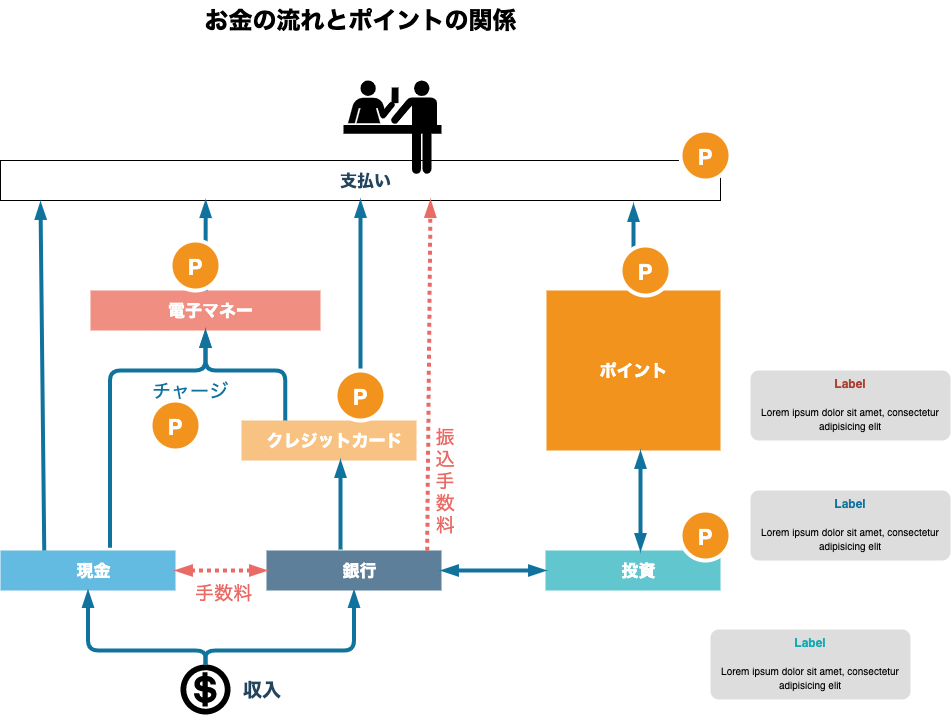
Before: content/Point Flow.png, a diagram exported from draw.io (mak00s/yellowcake). Source tidied: cells renumbered, new cells last; positions are measured from the earlier drawing's top-left corner, leaving out a move shared by most shapes.
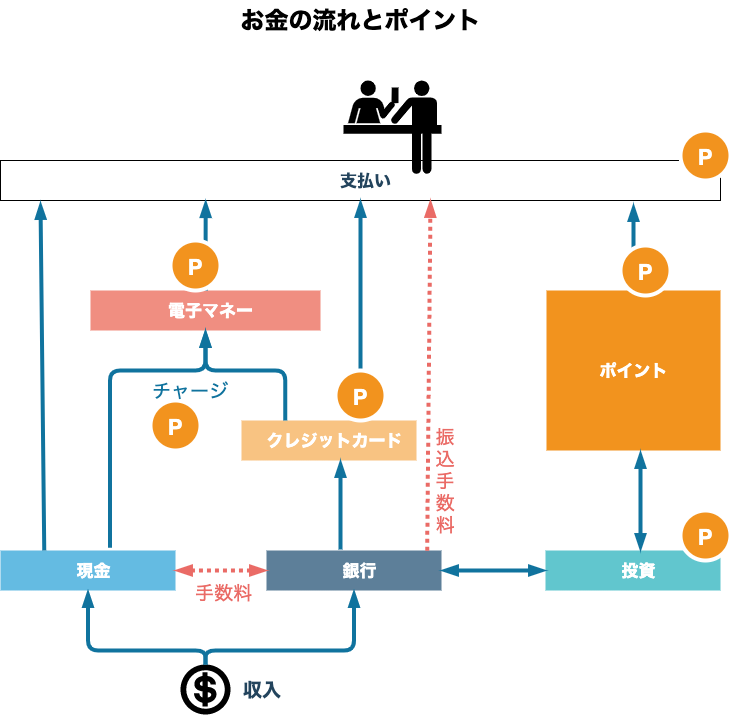
The same file after the commit.

Diff of the diagram source:
```diff
@@ -2,7 +2,7 @@
   <root>
     <mxCell id="0" />
     <mxCell id="1" parent="0" />
-    <mxCell id="2" value="お金の流れとポイントの関係" style="text;strokeColor=none;fillColor=none;html=1;fontSize=24;fontStyle=1;verticalAlign=middle;align=center;" parent="1" vertex="1">
+    <mxCell id="2" value="お金の流れとポイント" style="text;strokeColor=none;fillColor=none;html=1;fontSize=24;fontStyle=1;verticalAlign=middle;align=center;" parent="1" vertex="1">
       <mxGeometry width="720" height="40" as="geometry" />
     </mxCell>
     <mxCell id="3" value="現金" style="shape=mxgraph.infographic.ribbonSimple;notch1=0;notch2=0;notch=0;html=1;fillColor=#64BBE2;strokeColor=none;shadow=0;fontSize=17;fontColor=#FFFFFF;align=center;spacingLeft=10;fontStyle=1;" parent="1" vertex="1">
@@ -32,15 +32,6 @@
     <mxCell id="11" style="endArrow=blockThin;startArrow=blockThin;html=1;fontSize=19;fontColor=#FFFFFF;strokeColor=#10739E;strokeWidth=4;startFill=1;endFill=1;entryX=0;entryY=0;entryDx=0;entryDy=20;entryPerimeter=0;exitX=1;exitY=0.5;exitDx=0;exitDy=0;exitPerimeter=0;targetPerimeterSpacing=0;endSize=7;startSize=7;jumpSize=7;" parent="1" edge="1" source="7" target="8">
       <mxGeometry relative="1" as="geometry" />
     </mxCell>
-    <mxCell id="12" value="&lt;font style=&quot;font-size: 10px&quot;&gt;&lt;font style=&quot;font-size: 12px&quot; color=&quot;#10739E&quot;&gt;&lt;b&gt;Label&lt;/b&gt;&lt;/font&gt;&lt;br&gt;&lt;br&gt;&lt;font size=&quot;1&quot;&gt;Lorem ipsum dolor sit amet, consectetur adipisicing elit&lt;/font&gt;&lt;/font&gt;" style="rounded=1;strokeColor=none;fillColor=#DDDDDD;align=center;arcSize=12;verticalAlign=top;whiteSpace=wrap;html=1;fontSize=12;" parent="1" vertex="1">
-      <mxGeometry x="750" y="490" width="200" height="70" as="geometry" />
-    </mxCell>
-    <mxCell id="13" value="&lt;font style=&quot;font-size: 10px&quot;&gt;&lt;font style=&quot;font-size: 12px&quot; color=&quot;#AE4132&quot;&gt;&lt;b&gt;Label&lt;/b&gt;&lt;/font&gt;&lt;br&gt;&lt;br&gt;&lt;font size=&quot;1&quot;&gt;Lorem ipsum dolor sit amet, consectetur adipisicing elit&lt;/font&gt;&lt;/font&gt;" style="rounded=1;strokeColor=none;fillColor=#DDDDDD;align=center;arcSize=12;verticalAlign=top;whiteSpace=wrap;html=1;fontSize=12;" parent="1" vertex="1">
-      <mxGeometry x="750" y="370" width="200" height="70" as="geometry" />
-    </mxCell>
-    <mxCell id="14" value="&lt;font style=&quot;font-size: 10px&quot;&gt;&lt;font style=&quot;font-size: 12px&quot; color=&quot;#12AAB5&quot;&gt;&lt;b&gt;Label&lt;/b&gt;&lt;/font&gt;&lt;br&gt;&lt;br&gt;&lt;font size=&quot;1&quot;&gt;Lorem ipsum dolor sit amet, consectetur adipisicing elit&lt;/font&gt;&lt;/font&gt;" style="rounded=1;strokeColor=none;fillColor=#DDDDDD;align=center;arcSize=12;verticalAlign=top;whiteSpace=wrap;html=1;fontSize=12;" parent="1" vertex="1">
-      <mxGeometry x="710" y="629" width="200" height="70" as="geometry" />
-    </mxCell>
     <mxCell id="15" style="endArrow=blockThin;startArrow=blockThin;html=1;fontSize=19;fontColor=#FFFFFF;strokeWidth=4;startFill=1;endFill=1;targetPerimeterSpacing=0;endSize=7;startSize=7;jumpSize=7;dashed=1;dashPattern=1 1;strokeColor=#EA6B66;" parent="1" edge="1" source="3" target="7">
       <mxGeometry relative="1" as="geometry" />
     </mxCell>
```
